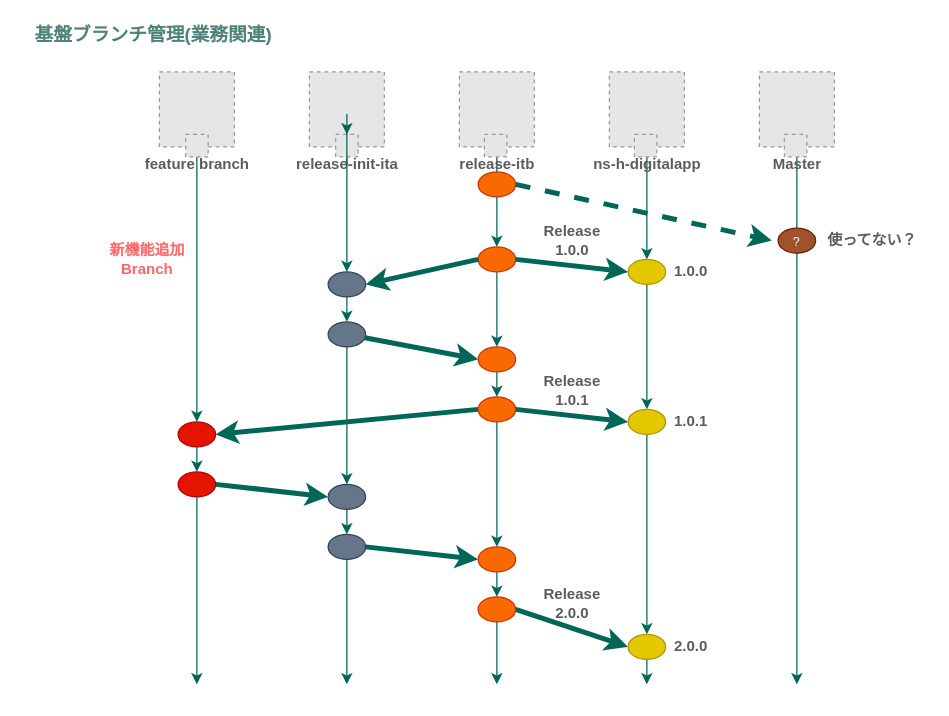
stefan21jp/Liberty keeps this draw.io diagram as page "Page-1" (1 of 4) of Untitled Diagram.drawio. Above is the earlier version. Source tidied: cells renumbered, new cells numbered last; positions are measured from the earlier drawing's top-left corner, leaving out a move shared by most shapes. Both pictures are drawn from the tidied source at 125%, with x=0, y=0 at pixel (21, 21). Pictures stored in the file or linked from it are replaced by grey dashed boxes.
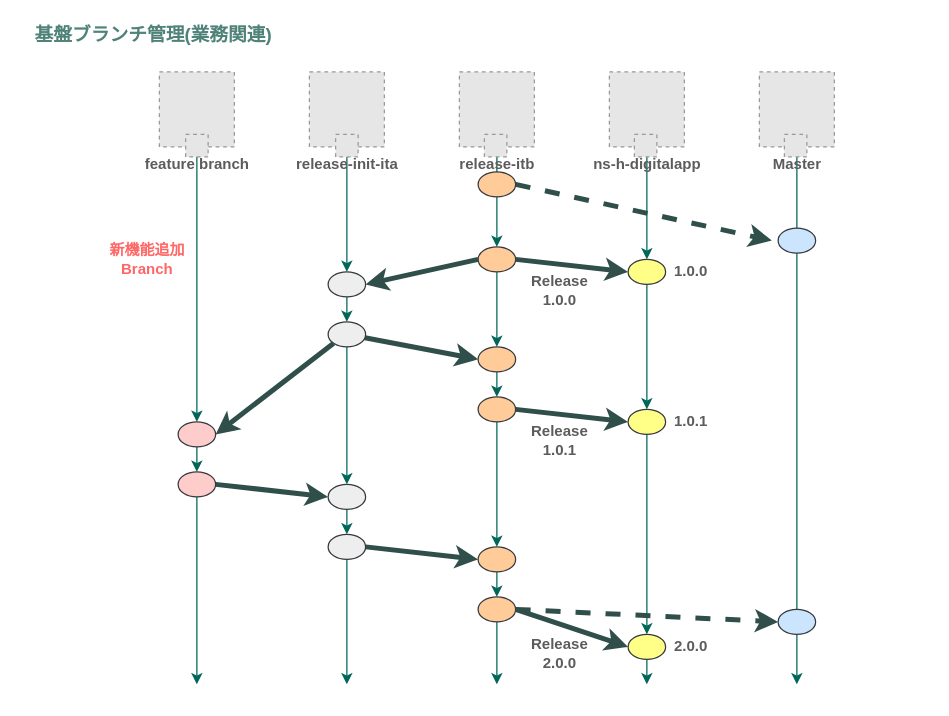
After the change.

Unchanged cells that the change refers to:
```xml
<mxCell id="9" value="release-init-ita" style="fillColor=#E6E6E6;strokeColor=#999999;dashed=1;html=1;verticalAlign=top;verticalLabelPosition=bottom;fontColor=#5C5C5C;fontStyle=1;" parent="1" vertex="1">
  <mxGeometry x="230" y="40" width="60" height="60" as="geometry" />
</mxCell>
<mxCell id="61" style="fillColor=#E6E6E6;strokeColor=#999999;dashed=1;html=1;verticalAlign=top;verticalLabelPosition=bottom;labelBackgroundColor=#ffffff;fontSize=15;fontColor=#4F8279;" parent="1" vertex="1">
  <mxGeometry x="251" y="90" width="18" height="18" as="geometry" />
</mxCell>
```

Diff of the diagram source:
```diff
@@
-    <mxCell id="12" style="ellipse;whiteSpace=wrap;html=1;rounded=1;verticalAlign=bottom;fillColor=#e3c800;strokeColor=#B09500;align=center;fontSize=10;fontColor=#ffffff;" parent="1" vertex="1">
+    <mxCell id="12" style="ellipse;whiteSpace=wrap;html=1;rounded=1;verticalAlign=bottom;fillColor=#ffff88;strokeColor=#36393d;align=center;fontSize=10;" parent="1" vertex="1">
       <mxGeometry x="485" y="190" width="30" height="20" as="geometry" />
     </mxCell>
@@
-    <mxCell id="14" style="ellipse;whiteSpace=wrap;html=1;rounded=1;verticalAlign=bottom;fillColor=#647687;strokeColor=#314354;align=center;fontSize=10;fontColor=#ffffff;" parent="1" vertex="1">
+    <mxCell id="14" style="ellipse;whiteSpace=wrap;html=1;rounded=1;verticalAlign=bottom;fillColor=#eeeeee;strokeColor=#36393d;align=center;fontSize=10;" parent="1" vertex="1">
       <mxGeometry x="245" y="200" width="30" height="20" as="geometry" />
     </mxCell>
-    <mxCell id="15" style="rounded=1;sketch=0;jettySize=auto;html=1;entryX=0;entryY=0.5;entryDx=0;entryDy=0;strokeColor=#006658;fontColor=#5C5C5C;endArrow=classic;endFill=1;strokeWidth=4;" parent="1" edge="1" source="17" target="20">
+    <mxCell id="15" style="rounded=1;sketch=0;jettySize=auto;html=1;entryX=0;entryY=0.5;entryDx=0;entryDy=0;fontColor=#5C5C5C;endArrow=classic;endFill=1;strokeWidth=4;fillColor=#dae8fc;strokeColor=#304F4A;" parent="1" edge="1" source="17" target="20">
       <mxGeometry relative="1" as="geometry" />
     </mxCell>
@@
-    <mxCell id="17" style="ellipse;whiteSpace=wrap;html=1;rounded=1;verticalAlign=bottom;fillColor=#647687;strokeColor=#314354;align=center;fontSize=10;fontColor=#ffffff;" parent="1" vertex="1">
+    <mxCell id="17" style="ellipse;whiteSpace=wrap;html=1;rounded=1;verticalAlign=bottom;fillColor=#eeeeee;strokeColor=#36393d;align=center;fontSize=10;" parent="1" vertex="1">
       <mxGeometry x="245" y="240" width="30" height="20" as="geometry" />
     </mxCell>
-    <mxCell id="18" style="rounded=1;sketch=0;jettySize=auto;html=1;entryX=1;entryY=0.5;entryDx=0;entryDy=0;strokeColor=#006658;fontColor=#5C5C5C;strokeWidth=4;exitX=0;exitY=0.5;exitDx=0;exitDy=0;" parent="1" edge="1" source="52" target="30">
+    <mxCell id="18" style="rounded=1;sketch=0;jettySize=auto;html=1;entryX=1;entryY=0.5;entryDx=0;entryDy=0;fontColor=#5C5C5C;strokeWidth=4;exitX=0;exitY=1;exitDx=0;exitDy=0;fillColor=#dae8fc;strokeColor=#304F4A;" parent="1" edge="1" source="17" target="30">
       <mxGeometry relative="1" as="geometry" />
     </mxCell>
@@
-    <mxCell id="20" style="ellipse;whiteSpace=wrap;html=1;rounded=1;verticalAlign=bottom;fillColor=#fa6800;strokeColor=#C73500;align=center;fontSize=10;fontColor=#ffffff;" parent="1" vertex="1">
+    <mxCell id="20" style="ellipse;whiteSpace=wrap;html=1;rounded=1;verticalAlign=bottom;fillColor=#ffcc99;strokeColor=#36393d;align=center;fontSize=10;" parent="1" vertex="1">
       <mxGeometry x="365" y="260" width="30" height="20" as="geometry" />
     </mxCell>
@@
-    <mxCell id="22" style="ellipse;whiteSpace=wrap;html=1;rounded=1;verticalAlign=bottom;fillColor=#e3c800;strokeColor=#B09500;align=center;fontSize=10;fontColor=#ffffff;" parent="1" vertex="1">
+    <mxCell id="22" style="ellipse;whiteSpace=wrap;html=1;rounded=1;verticalAlign=bottom;fillColor=#ffff88;strokeColor=#36393d;align=center;fontSize=10;" parent="1" vertex="1">
       <mxGeometry x="485" y="310" width="30" height="20" as="geometry" />
     </mxCell>
@@
-    <mxCell id="24" style="ellipse;whiteSpace=wrap;html=1;rounded=1;verticalAlign=bottom;fillColor=#fa6800;strokeColor=#C73500;align=center;fontSize=10;fontColor=#ffffff;" parent="1" vertex="1">
+    <mxCell id="24" style="ellipse;whiteSpace=wrap;html=1;rounded=1;verticalAlign=bottom;fillColor=#ffcc99;strokeColor=#36393d;align=center;fontSize=10;" parent="1" vertex="1">
       <mxGeometry x="365" y="180" width="30" height="20" as="geometry" />
     </mxCell>
-    <mxCell id="25" style="rounded=1;sketch=0;jettySize=auto;html=1;entryX=0;entryY=0.5;entryDx=0;entryDy=0;strokeColor=#006658;fontColor=#5C5C5C;endArrow=classic;endFill=1;strokeWidth=4;exitX=1;exitY=0.5;exitDx=0;exitDy=0;" parent="1" edge="1" source="52" target="22">
+    <mxCell id="25" style="rounded=1;sketch=0;jettySize=auto;html=1;entryX=0;entryY=0.5;entryDx=0;entryDy=0;fontColor=#5C5C5C;endArrow=classic;endFill=1;strokeWidth=4;exitX=1;exitY=0.5;exitDx=0;exitDy=0;fillColor=#dae8fc;strokeColor=#304F4A;" parent="1" edge="1" source="52" target="22">
       <mxGeometry relative="1" as="geometry" />
     </mxCell>
-    <mxCell id="26" style="rounded=1;sketch=0;jettySize=auto;html=1;entryX=1;entryY=0.5;entryDx=0;entryDy=0;strokeColor=#006658;fontColor=#5C5C5C;endArrow=classic;endFill=1;strokeWidth=4;exitX=0;exitY=0.5;exitDx=0;exitDy=0;" parent="1" edge="1" source="24" target="14">
+    <mxCell id="26" style="rounded=1;sketch=0;jettySize=auto;html=1;entryX=1;entryY=0.5;entryDx=0;entryDy=0;fontColor=#5C5C5C;endArrow=classic;endFill=1;strokeWidth=4;exitX=0;exitY=0.5;exitDx=0;exitDy=0;fillColor=#dae8fc;strokeColor=#304F4A;" parent="1" edge="1" source="24" target="14">
       <mxGeometry relative="1" as="geometry" />
     </mxCell>
-    <mxCell id="27" style="rounded=1;sketch=0;jettySize=auto;html=1;entryX=0;entryY=0.5;entryDx=0;entryDy=0;strokeColor=#006658;fontColor=#5C5C5C;endArrow=classic;endFill=1;strokeWidth=4;exitX=1;exitY=0.5;exitDx=0;exitDy=0;" parent="1" edge="1" source="24" target="12">
+    <mxCell id="27" style="rounded=1;sketch=0;jettySize=auto;html=1;entryX=0;entryY=0.5;entryDx=0;entryDy=0;fontColor=#5C5C5C;endArrow=classic;endFill=1;strokeWidth=4;exitX=1;exitY=0.5;exitDx=0;exitDy=0;fillColor=#dae8fc;strokeColor=#304F4A;" parent="1" edge="1" source="24" target="12">
       <mxGeometry relative="1" as="geometry" />
     </mxCell>
-    <mxCell id="28" style="edgeStyle=none;rounded=1;sketch=0;jettySize=auto;html=1;entryX=0;entryY=0.5;entryDx=0;entryDy=0;strokeColor=#006658;strokeWidth=4;fontColor=#5C5C5C;exitX=1;exitY=0.5;exitDx=0;exitDy=0;" parent="1" edge="1" source="41" target="33">
+    <mxCell id="28" style="edgeStyle=none;rounded=1;sketch=0;jettySize=auto;html=1;entryX=0;entryY=0.5;entryDx=0;entryDy=0;strokeWidth=4;fontColor=#5C5C5C;exitX=1;exitY=0.5;exitDx=0;exitDy=0;fillColor=#dae8fc;strokeColor=#304F4A;" parent="1" edge="1" source="41" target="33">
       <mxGeometry relative="1" as="geometry" />
     </mxCell>
@@
-    <mxCell id="30" style="ellipse;whiteSpace=wrap;html=1;rounded=1;verticalAlign=bottom;fillColor=#e51400;strokeColor=#B20000;align=center;fontSize=10;fontColor=#ffffff;" parent="1" vertex="1">
+    <mxCell id="30" style="ellipse;whiteSpace=wrap;html=1;rounded=1;verticalAlign=bottom;fillColor=#ffcccc;strokeColor=#36393d;align=center;fontSize=10;" parent="1" vertex="1">
       <mxGeometry x="125" y="320" width="30" height="20" as="geometry" />
     </mxCell>
@@
-    <mxCell id="33" style="ellipse;whiteSpace=wrap;html=1;rounded=1;verticalAlign=bottom;fillColor=#647687;strokeColor=#314354;align=center;fontSize=10;fontColor=#ffffff;" parent="1" vertex="1">
+    <mxCell id="33" style="ellipse;whiteSpace=wrap;html=1;rounded=1;verticalAlign=bottom;fillColor=#eeeeee;strokeColor=#36393d;align=center;fontSize=10;" parent="1" vertex="1">
       <mxGeometry x="245" y="370" width="30" height="20" as="geometry" />
     </mxCell>
-    <mxCell id="34" style="edgeStyle=none;rounded=1;sketch=0;jettySize=auto;html=1;entryX=0;entryY=0.5;entryDx=0;entryDy=0;strokeColor=#006658;strokeWidth=4;fontColor=#5C5C5C;fillColor=#21C0A5;exitX=1;exitY=0.5;exitDx=0;exitDy=0;" parent="1" edge="1" source="54" target="43">
+    <mxCell id="34" style="edgeStyle=none;rounded=1;sketch=0;jettySize=auto;html=1;entryX=0;entryY=0.5;entryDx=0;entryDy=0;strokeWidth=4;fontColor=#5C5C5C;fillColor=#dae8fc;exitX=1;exitY=0.5;exitDx=0;exitDy=0;strokeColor=#304F4A;" parent="1" edge="1" source="54" target="43">
       <mxGeometry relative="1" as="geometry" />
     </mxCell>
@@
-    <mxCell id="36" style="ellipse;whiteSpace=wrap;html=1;rounded=1;verticalAlign=bottom;fillColor=#fa6800;strokeColor=#C73500;align=center;fontSize=10;fontColor=#ffffff;" parent="1" vertex="1">
+    <mxCell id="36" style="ellipse;whiteSpace=wrap;html=1;rounded=1;verticalAlign=bottom;fillColor=#ffcc99;strokeColor=#36393d;align=center;fontSize=10;" parent="1" vertex="1">
       <mxGeometry x="365" y="420" width="30" height="20" as="geometry" />
     </mxCell>
@@
-    <mxCell id="38" style="edgeStyle=none;rounded=1;sketch=0;jettySize=auto;html=1;exitX=1;exitY=0.5;exitDx=0;exitDy=0;entryX=0;entryY=0.5;entryDx=0;entryDy=0;strokeColor=#006658;strokeWidth=4;fontColor=#5C5C5C;" parent="1" edge="1" source="39" target="36">
+    <mxCell id="38" style="edgeStyle=none;rounded=1;sketch=0;jettySize=auto;html=1;exitX=1;exitY=0.5;exitDx=0;exitDy=0;entryX=0;entryY=0.5;entryDx=0;entryDy=0;strokeWidth=4;fontColor=#5C5C5C;fillColor=#dae8fc;strokeColor=#304F4A;" parent="1" edge="1" source="39" target="36">
       <mxGeometry relative="1" as="geometry" />
     </mxCell>
-    <mxCell id="39" style="ellipse;whiteSpace=wrap;html=1;rounded=1;verticalAlign=bottom;fillColor=#647687;strokeColor=#314354;align=center;fontSize=10;fontColor=#ffffff;" parent="1" vertex="1">
+    <mxCell id="39" style="ellipse;whiteSpace=wrap;html=1;rounded=1;verticalAlign=bottom;fillColor=#eeeeee;strokeColor=#36393d;align=center;fontSize=10;" parent="1" vertex="1">
       <mxGeometry x="245" y="410" width="30" height="20" as="geometry" />
     </mxCell>
@@
-    <mxCell id="41" style="ellipse;whiteSpace=wrap;html=1;rounded=1;verticalAlign=bottom;fillColor=#e51400;strokeColor=#B20000;align=center;fontSize=10;fontColor=#ffffff;" parent="1" vertex="1">
+    <mxCell id="41" style="ellipse;whiteSpace=wrap;html=1;rounded=1;verticalAlign=bottom;fillColor=#ffcccc;strokeColor=#36393d;align=center;fontSize=10;" parent="1" vertex="1">
       <mxGeometry x="125" y="360" width="30" height="20" as="geometry" />
     </mxCell>
@@
-    <mxCell id="43" style="ellipse;whiteSpace=wrap;html=1;rounded=1;verticalAlign=bottom;fillColor=#e3c800;strokeColor=#B09500;align=center;fontSize=10;fontColor=#ffffff;" parent="1" vertex="1">
+    <mxCell id="43" style="ellipse;whiteSpace=wrap;html=1;rounded=1;verticalAlign=bottom;fillColor=#ffff88;strokeColor=#36393d;align=center;fontSize=10;" parent="1" vertex="1">
       <mxGeometry x="485" y="490" width="30" height="20" as="geometry" />
     </mxCell>
@@
     <mxCell id="45" value="&lt;div&gt;Release&lt;br&gt;&lt;/div&gt;&lt;div&gt;1.0.0&lt;/div&gt;" style="text;html=1;align=center;verticalAlign=middle;fillColor=none;strokeColor=none;rounded=0;sketch=0;fontColor=#5C5C5C;fontStyle=1;" parent="1" vertex="1">
-      <mxGeometry x="410" y="160" width="60" height="30" as="geometry" />
+      <mxGeometry x="400" y="200" width="60" height="30" as="geometry" />
     </mxCell>
     <mxCell id="46" value="&lt;div&gt;Release&lt;br&gt;&lt;/div&gt;&lt;div&gt;1.0.1&lt;/div&gt;" style="text;html=1;align=center;verticalAlign=middle;fillColor=none;strokeColor=none;rounded=0;sketch=0;fontColor=#5C5C5C;fontStyle=1;" parent="1" vertex="1">
-      <mxGeometry x="410" y="280" width="60" height="30" as="geometry" />
+      <mxGeometry x="400" y="320" width="60" height="30" as="geometry" />
     </mxCell>
     <mxCell id="47" value="&lt;div&gt;Release&lt;br&gt;&lt;/div&gt;&lt;div&gt;2.0.0&lt;/div&gt;" style="text;html=1;align=center;verticalAlign=middle;fillColor=none;strokeColor=none;rounded=0;sketch=0;fontColor=#5C5C5C;fontStyle=1;" parent="1" vertex="1">
-      <mxGeometry x="410" y="450" width="60" height="30" as="geometry" />
+      <mxGeometry x="400" y="490" width="60" height="30" as="geometry" />
     </mxCell>
@@
-    <mxCell id="52" style="ellipse;whiteSpace=wrap;html=1;rounded=1;verticalAlign=bottom;fillColor=#fa6800;strokeColor=#C73500;align=center;fontSize=10;fontColor=#ffffff;" parent="1" vertex="1">
+    <mxCell id="52" style="ellipse;whiteSpace=wrap;html=1;rounded=1;verticalAlign=bottom;fillColor=#ffcc99;strokeColor=#36393d;align=center;fontSize=10;" parent="1" vertex="1">
       <mxGeometry x="365" y="300" width="30" height="20" as="geometry" />
     </mxCell>
@@
-    <mxCell id="54" style="ellipse;whiteSpace=wrap;html=1;rounded=1;verticalAlign=bottom;fillColor=#fa6800;strokeColor=#C73500;align=center;fontSize=10;fontColor=#ffffff;" parent="1" vertex="1">
+    <mxCell id="54" style="ellipse;whiteSpace=wrap;html=1;rounded=1;verticalAlign=bottom;fillColor=#ffcc99;strokeColor=#36393d;align=center;fontSize=10;" parent="1" vertex="1">
       <mxGeometry x="365" y="460" width="30" height="20" as="geometry" />
     </mxCell>
-    <mxCell id="55" value="?" style="ellipse;whiteSpace=wrap;html=1;rounded=1;verticalAlign=bottom;fillColor=#a0522d;strokeColor=#6D1F00;align=center;fontSize=10;fontColor=#ffffff;" parent="1" vertex="1">
+    <mxCell id="55" style="ellipse;whiteSpace=wrap;html=1;rounded=1;verticalAlign=bottom;align=center;fontSize=10;fillColor=#cce5ff;strokeColor=#36393d;" parent="1" vertex="1">
       <mxGeometry x="605" y="165" width="30" height="20" as="geometry" />
     </mxCell>
-    <mxCell id="56" value="使ってない？" style="text;html=1;align=center;verticalAlign=middle;fillColor=none;strokeColor=none;rounded=0;sketch=0;fontColor=#5C5C5C;fontStyle=1;" parent="1" vertex="1">
-      <mxGeometry x="635" y="165" width="90" height="20" as="geometry" />
-    </mxCell>
-    <mxCell id="57" style="rounded=1;sketch=0;jettySize=auto;html=1;strokeColor=#006658;fontColor=#5C5C5C;endArrow=classic;endFill=1;strokeWidth=4;dashed=1;exitX=1;exitY=0.5;exitDx=0;exitDy=0;" parent="1" edge="1" source="58">
+    <mxCell id="57" style="rounded=1;sketch=0;jettySize=auto;html=1;fontColor=#5C5C5C;endArrow=classic;endFill=1;strokeWidth=4;dashed=1;exitX=1;exitY=0.5;exitDx=0;exitDy=0;fillColor=#dae8fc;strokeColor=#304F4A;" parent="1" edge="1" source="58">
       <mxGeometry relative="1" as="geometry">
         <mxPoint x="600" y="175" as="targetPoint" />
       </mxGeometry>
     </mxCell>
-    <mxCell id="58" style="ellipse;whiteSpace=wrap;html=1;rounded=1;verticalAlign=bottom;fillColor=#fa6800;strokeColor=#C73500;align=center;fontSize=10;fontColor=#ffffff;" parent="1" vertex="1">
+    <mxCell id="58" style="ellipse;whiteSpace=wrap;html=1;rounded=1;verticalAlign=bottom;fillColor=#ffcc99;strokeColor=#36393d;align=center;fontSize=10;" parent="1" vertex="1">
       <mxGeometry x="365" y="120" width="30" height="20" as="geometry" />
     </mxCell>
@@
-    <mxCell id="62" style="edgeStyle=orthogonalEdgeStyle;curved=0;rounded=1;sketch=0;jettySize=auto;html=1;entryX=0.5;entryY=0;entryDx=0;entryDy=0;strokeColor=#006658;fontColor=#5C5C5C;" parent="1" edge="1" source="9" target="61">
-      <mxGeometry relative="1" as="geometry" />
-    </mxCell>
@@
+    <mxCell id="66" style="ellipse;whiteSpace=wrap;html=1;rounded=1;verticalAlign=bottom;fillColor=#cce5ff;strokeColor=#36393d;align=center;fontSize=10;" parent="1" vertex="1">
+      <mxGeometry x="605" y="470" width="30" height="20" as="geometry" />
+    </mxCell>
+    <mxCell id="67" style="rounded=1;sketch=0;jettySize=auto;html=1;fontColor=#5C5C5C;endArrow=classic;endFill=1;strokeWidth=4;dashed=1;exitX=1;exitY=0.5;exitDx=0;exitDy=0;entryX=0;entryY=0.5;entryDx=0;entryDy=0;fillColor=#dae8fc;strokeColor=#304F4A;" parent="1" edge="1" source="54" target="66">
+      <mxGeometry relative="1" as="geometry" />
+    </mxCell>
```
